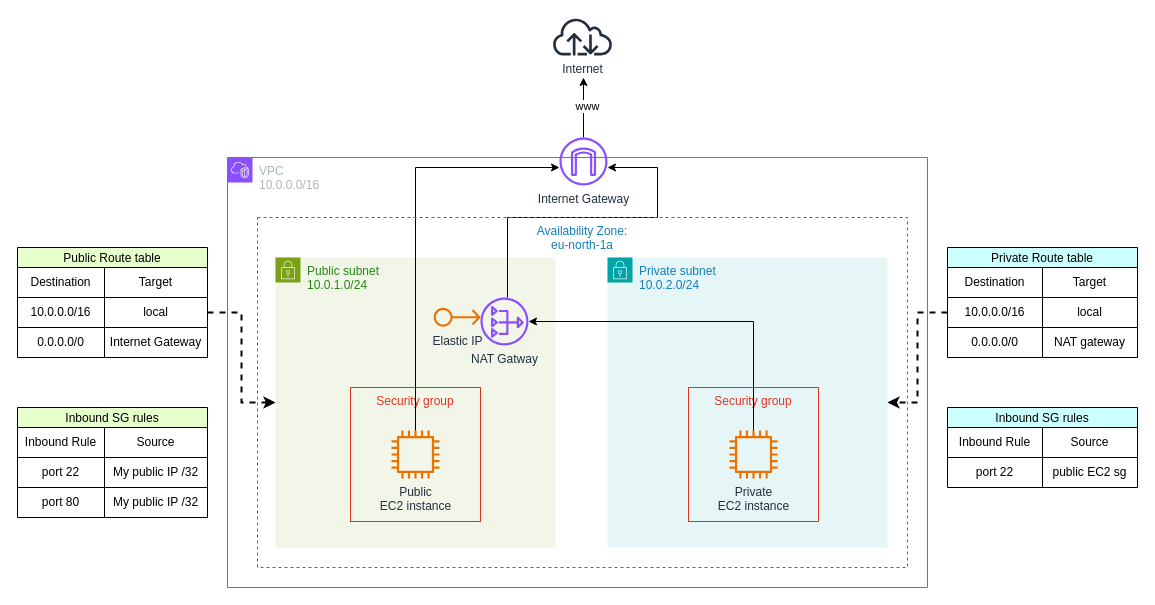
This is 6-AWS/Project1/AWS-Project1.drawio from Raiyan-R11/devops-learning, a draw.io file, before an edit. Source tidied: cells renumbered, new cells numbered last; positions are measured from the earlier drawing's top-left corner, leaving out a move shared by most shapes. Both pictures are drawn from the tidied source at 100%, with x=0, y=0 at pixel (17, 17).
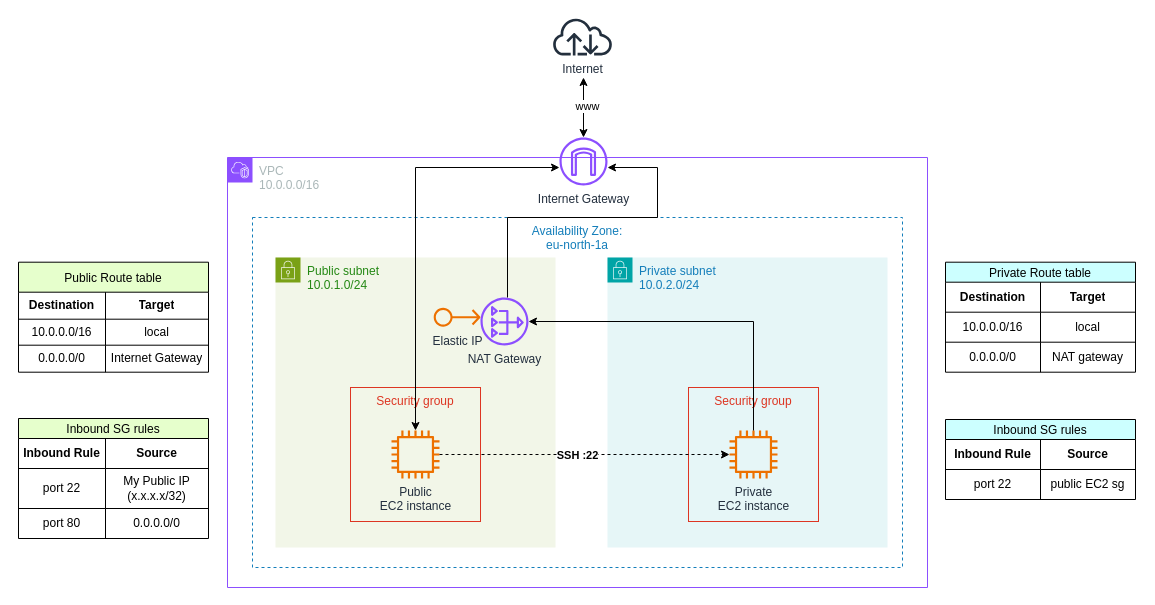
Above is the later version.

Commit message (it also covers changes not shown here):
aws - project1 , updated architecture diagram

Unchanged cells that the change refers to:
```xml
<mxCell id="4" value="Private subnet&lt;div&gt;10.0.2.0/24&lt;/div&gt;" style="points=[[0,0],[0.25,0],[0.5,0],[0.75,0],[1,0],[1,0.25],[1,0.5],[1,0.75],[1,1],[0.75,1],[0.5,1],[0.25,1],[0,1],[0,0.75],[0,0.5],[0,0.25]];outlineConnect=0;gradientColor=none;html=1;whiteSpace=wrap;fontSize=12;fontStyle=0;shape=mxgraph.aws4.group;grIcon=mxgraph.aws4.group_security_group;grStroke=0;strokeColor=#00A4A6;fillColor=#E6F6F7;verticalAlign=top;align=left;spacingLeft=30;fontColor=#147EBA;dashed=0;" parent="1" vertex="1">
  <mxGeometry x="590" y="240" width="280" height="290" as="geometry" />
</mxCell>
<mxCell id="9" value="Internet Gateway" style="sketch=0;outlineConnect=0;fontColor=#232F3E;gradientColor=none;fillColor=#8C4FFF;strokeColor=none;dashed=0;verticalLabelPosition=bottom;verticalAlign=top;align=center;html=1;fontSize=12;fontStyle=0;shape=mxgraph.aws4.internet_gateway;" parent="1" vertex="1">
  <mxGeometry x="542" y="120" width="48" height="48" as="geometry" />
</mxCell>
<mxCell id="10" value="Public subnet&lt;div&gt;10.0.1.0/24&lt;/div&gt;" style="points=[[0,0],[0.25,0],[0.5,0],[0.75,0],[1,0],[1,0.25],[1,0.5],[1,0.75],[1,1],[0.75,1],[0.5,1],[0.25,1],[0,1],[0,0.75],[0,0.5],[0,0.25]];outlineConnect=0;gradientColor=none;html=1;whiteSpace=wrap;fontSize=12;fontStyle=0;shape=mxgraph.aws4.group;grIcon=mxgraph.aws4.group_security_group;grStroke=0;strokeColor=#7AA116;fillColor=#F2F6E8;verticalAlign=top;align=left;spacingLeft=30;fontColor=#248814;dashed=0;" parent="1" vertex="1">
  <mxGeometry x="258" y="240" width="280" height="290" as="geometry" />
</mxCell>
<mxCell id="13" value="Public&lt;div&gt;EC2 instance&lt;/div&gt;" style="sketch=0;outlineConnect=0;fontColor=#232F3E;gradientColor=none;fillColor=#ED7100;strokeColor=none;dashed=0;verticalLabelPosition=bottom;verticalAlign=top;align=center;html=1;fontSize=12;fontStyle=0;shape=mxgraph.aws4.instance2;" parent="10" vertex="1">
  <mxGeometry x="116" y="173" width="48" height="48" as="geometry" />
</mxCell>
<mxCell id="29" style="shape=tableRow;horizontal=0;startSize=0;swimlaneHead=0;swimlaneBody=0;strokeColor=inherit;top=0;left=0;bottom=0;right=0;fillColor=none;fixedHeader=1;" parent="28" vertex="1">
  <mxGeometry y="20" width="190" height="30" as="geometry" />
</mxCell>
<mxCell id="32" style="shape=tableRow;horizontal=0;startSize=0;swimlaneHead=0;swimlaneBody=0;strokeColor=inherit;top=0;left=0;bottom=0;right=0;fillColor=none;points=[[0,0.5],[1,0.5]];portConstraint=eastwest;fixedHeader=1;" parent="28" vertex="1">
  <mxGeometry y="50" width="190" height="30" as="geometry" />
</mxCell>
<mxCell id="39" style="shape=tableRow;horizontal=0;startSize=0;swimlaneHead=0;swimlaneBody=0;strokeColor=inherit;top=0;left=0;bottom=0;right=0;fillColor=none;fixedHeader=1;" parent="38" vertex="1">
  <mxGeometry y="20" width="190" height="30" as="geometry" />
</mxCell>
<mxCell id="51" style="shape=tableRow;horizontal=0;startSize=0;swimlaneHead=0;swimlaneBody=0;strokeColor=inherit;top=0;left=0;bottom=0;right=0;fillColor=none;fixedHeader=1;" parent="50" vertex="1">
  <mxGeometry y="20" width="190" height="30" as="geometry" />
</mxCell>
```

The edit, as a diff of the source:
```diff
@@
+    <mxCell id="57" value="Availability Zone:&lt;br&gt;eu-north-1a" style="fillColor=none;strokeColor=#147EBA;dashed=1;verticalAlign=top;fontStyle=0;fontColor=#147EBA;whiteSpace=wrap;html=1;" parent="1" vertex="1">
+      <mxGeometry x="235" y="200" width="650" height="350" as="geometry" />
+    </mxCell>
@@
+    <mxCell id="6" value="Private&lt;div&gt;EC2 instance&lt;/div&gt;" style="sketch=0;outlineConnect=0;fontColor=#232F3E;gradientColor=none;fillColor=#ED7100;strokeColor=none;dashed=0;verticalLabelPosition=bottom;verticalAlign=top;align=center;html=1;fontSize=12;fontStyle=0;shape=mxgraph.aws4.instance2;" parent="4" vertex="1">
+      <mxGeometry x="122" y="173" width="48" height="48" as="geometry" />
+    </mxCell>
@@
-    <mxCell id="6" value="Private&lt;div&gt;EC2 instance&lt;/div&gt;" style="sketch=0;outlineConnect=0;fontColor=#232F3E;gradientColor=none;fillColor=#ED7100;strokeColor=none;dashed=0;verticalLabelPosition=bottom;verticalAlign=top;align=center;html=1;fontSize=12;fontStyle=0;shape=mxgraph.aws4.instance2;" parent="4" vertex="1">
-      <mxGeometry x="122" y="173" width="48" height="48" as="geometry" />
-    </mxCell>
-    <mxCell id="7" style="edgeStyle=orthogonalEdgeStyle;rounded=0;jettySize=auto;html=1;" parent="1" edge="1" source="9">
+    <mxCell id="7" style="edgeStyle=orthogonalEdgeStyle;rounded=0;jettySize=auto;html=1;startArrow=classic;startFill=1;" parent="1" edge="1" source="9">
       <mxGeometry relative="1" as="geometry">
         <mxPoint x="566" y="60" as="targetPoint" />
       </mxGeometry>
     </mxCell>
@@
-    <mxCell id="11" value="NAT Gatway" style="sketch=0;outlineConnect=0;fontColor=#232F3E;gradientColor=none;fillColor=#8C4FFF;strokeColor=none;dashed=0;verticalLabelPosition=bottom;verticalAlign=top;align=center;html=1;fontSize=12;fontStyle=0;shape=mxgraph.aws4.nat_gateway;" parent="10" vertex="1">
+    <mxCell id="11" value="NAT Gateway" style="sketch=0;outlineConnect=0;fontColor=#232F3E;gradientColor=none;fillColor=#8C4FFF;strokeColor=none;dashed=0;verticalLabelPosition=bottom;verticalAlign=top;align=center;html=1;fontSize=12;fontStyle=0;shape=mxgraph.aws4.nat_gateway;" parent="10" vertex="1">
       <mxGeometry x="205" y="40" width="48" height="48" as="geometry" />
     </mxCell>
-    <mxCell id="12" value="Security group" style="fillColor=none;strokeColor=#DD3522;verticalAlign=top;fontStyle=0;fontColor=#DD3522;whiteSpace=wrap;html=1;" parent="10" vertex="1">
-      <mxGeometry x="75" y="130" width="130" height="134" as="geometry" />
-    </mxCell>
@@
+    <mxCell id="12" value="&lt;span style=&quot;background-color: light-dark(rgb(242, 246, 232), rgb(242, 246, 232));&quot;&gt;Security group&lt;/span&gt;" style="fillColor=none;strokeColor=#DD3522;verticalAlign=top;fontStyle=0;fontColor=#DD3522;whiteSpace=wrap;html=1;" parent="10" vertex="1">
+      <mxGeometry x="75" y="130" width="130" height="134" as="geometry" />
+    </mxCell>
@@
-    <mxCell id="17" style="edgeStyle=orthogonalEdgeStyle;rounded=0;jettySize=auto;html=1;" parent="1" edge="1" source="13" target="9">
+    <mxCell id="17" style="edgeStyle=orthogonalEdgeStyle;rounded=0;jettySize=auto;html=1;startArrow=classic;startFill=1;" parent="1" edge="1" source="13" target="9">
       <mxGeometry relative="1" as="geometry">
         <Array as="points">
           <mxPoint x="398" y="150" />
         </Array>
       </mxGeometry>
     </mxCell>
-    <mxCell id="18" value="Public Route table" style="shape=table;startSize=20;childLayout=tableLayout;fixedHeader=1;fillColor=#E6FFCC;" parent="1" vertex="1">
-      <mxGeometry y="230" width="190" height="110" as="geometry" />
+    <mxCell id="18" value="Public Route table" style="shape=table;startSize=30;childLayout=tableLayout;fixedHeader=1;fillColor=#E6FFCC;" parent="1" vertex="1">
+      <mxGeometry x="1" y="244.7" width="190" height="110" as="geometry" />
     </mxCell>
     <mxCell id="19" style="shape=tableRow;horizontal=0;startSize=0;swimlaneHead=0;swimlaneBody=0;strokeColor=inherit;top=0;left=0;bottom=0;right=0;fillColor=none;fixedHeader=1;" parent="18" vertex="1">
-      <mxGeometry y="20" width="190" height="30" as="geometry" />
+      <mxGeometry y="30" width="190" height="27" as="geometry" />
     </mxCell>
-    <mxCell id="20" value="Destination" style="shape=partialRectangle;html=1;whiteSpace=wrap;strokeColor=inherit;overflow=hidden;fillColor=none;top=0;left=0;bottom=0;right=0;" parent="19" vertex="1">
-      <mxGeometry width="87" height="30" as="geometry" />
+    <mxCell id="20" value="&lt;b&gt;Destination&lt;/b&gt;" style="shape=partialRectangle;html=1;whiteSpace=wrap;strokeColor=inherit;overflow=hidden;fillColor=none;top=0;left=0;bottom=0;right=0;" parent="19" vertex="1">
+      <mxGeometry width="87" height="27" as="geometry" />
     </mxCell>
-    <mxCell id="21" value="Target" style="shape=partialRectangle;html=1;whiteSpace=wrap;strokeColor=inherit;overflow=hidden;fillColor=none;top=0;left=0;bottom=0;right=0;" parent="19" vertex="1">
-      <mxGeometry x="87" width="103" height="30" as="geometry" />
+    <mxCell id="21" value="&lt;b&gt;Target&lt;/b&gt;" style="shape=partialRectangle;html=1;whiteSpace=wrap;strokeColor=inherit;overflow=hidden;fillColor=none;top=0;left=0;bottom=0;right=0;" parent="19" vertex="1">
+      <mxGeometry x="87" width="103" height="27" as="geometry" />
     </mxCell>
     <mxCell id="22" style="shape=tableRow;horizontal=0;startSize=0;swimlaneHead=0;swimlaneBody=0;strokeColor=inherit;top=0;left=0;bottom=0;right=0;fillColor=none;points=[[0,0.5],[1,0.5]];portConstraint=eastwest;fixedHeader=1;" parent="18" vertex="1">
-      <mxGeometry y="50" width="190" height="30" as="geometry" />
+      <mxGeometry y="57" width="190" height="26" as="geometry" />
     </mxCell>
     <mxCell id="23" value="10.0.0.0/16" style="shape=partialRectangle;html=1;whiteSpace=wrap;strokeColor=inherit;overflow=hidden;fillColor=none;top=0;left=0;bottom=0;right=0;" parent="22" vertex="1">
-      <mxGeometry width="87" height="30" as="geometry" />
+      <mxGeometry width="87" height="26" as="geometry" />
     </mxCell>
     <mxCell id="24" value="local" style="shape=partialRectangle;html=1;whiteSpace=wrap;strokeColor=inherit;overflow=hidden;fillColor=none;top=0;left=0;bottom=0;right=0;" parent="22" vertex="1">
-      <mxGeometry x="87" width="103" height="30" as="geometry" />
+      <mxGeometry x="87" width="103" height="26" as="geometry" />
     </mxCell>
     <mxCell id="25" style="shape=tableRow;horizontal=0;startSize=0;swimlaneHead=0;swimlaneBody=0;strokeColor=inherit;top=0;left=0;bottom=0;right=0;fillColor=none;fixedHeader=1;" parent="18" vertex="1">
-      <mxGeometry y="80" width="190" height="30" as="geometry" />
+      <mxGeometry y="83" width="190" height="27" as="geometry" />
     </mxCell>
     <mxCell id="26" value="0.0.0.0/0" style="shape=partialRectangle;html=1;whiteSpace=wrap;strokeColor=inherit;overflow=hidden;fillColor=none;top=0;left=0;bottom=0;right=0;" parent="25" vertex="1">
-      <mxGeometry width="87" height="30" as="geometry" />
+      <mxGeometry width="87" height="27" as="geometry" />
     </mxCell>
     <mxCell id="27" value="Internet Gateway" style="shape=partialRectangle;html=1;whiteSpace=wrap;strokeColor=inherit;overflow=hidden;fillColor=none;top=0;left=0;bottom=0;right=0;" parent="25" vertex="1">
-      <mxGeometry x="87" width="103" height="30" as="geometry" />
+      <mxGeometry x="87" width="103" height="27" as="geometry" />
     </mxCell>
     <mxCell id="28" value="Private Route table" style="shape=table;startSize=20;childLayout=tableLayout;fixedHeader=1;labelBackgroundColor=none;fillColor=#CCFFFF;" parent="1" vertex="1">
-      <mxGeometry x="930" y="230" width="190" height="110" as="geometry" />
+      <mxGeometry x="928" y="244.7" width="190" height="110" as="geometry" />
     </mxCell>
@@
-    <mxCell id="30" value="Destination" style="shape=partialRectangle;html=1;whiteSpace=wrap;strokeColor=inherit;overflow=hidden;fillColor=none;top=0;left=0;bottom=0;right=0;" parent="29" vertex="1">
+    <mxCell id="30" value="&lt;b&gt;Destination&lt;/b&gt;" style="shape=partialRectangle;html=1;whiteSpace=wrap;strokeColor=inherit;overflow=hidden;fillColor=none;top=0;left=0;bottom=0;right=0;" parent="29" vertex="1">
       <mxGeometry width="95" height="30" as="geometry" />
     </mxCell>
-    <mxCell id="31" value="Target" style="shape=partialRectangle;html=1;whiteSpace=wrap;strokeColor=inherit;overflow=hidden;fillColor=none;top=0;left=0;bottom=0;right=0;" parent="29" vertex="1">
+    <mxCell id="31" value="&lt;b&gt;Target&lt;/b&gt;" style="shape=partialRectangle;html=1;whiteSpace=wrap;strokeColor=inherit;overflow=hidden;fillColor=none;top=0;left=0;bottom=0;right=0;" parent="29" vertex="1">
       <mxGeometry x="95" width="95" height="30" as="geometry" />
     </mxCell>
@@
     <mxCell id="38" value="Inbound SG rules" style="shape=table;startSize=20;childLayout=tableLayout;fixedHeader=1;fillColor=#E6FFCC;" parent="1" vertex="1">
-      <mxGeometry y="390" width="190" height="110" as="geometry" />
+      <mxGeometry x="1" y="401" width="190" height="120" as="geometry" />
     </mxCell>
@@
-    <mxCell id="40" value="Inbound Rule" style="shape=partialRectangle;html=1;whiteSpace=wrap;strokeColor=inherit;overflow=hidden;fillColor=none;top=0;left=0;bottom=0;right=0;" parent="39" vertex="1">
+    <mxCell id="40" value="&lt;b&gt;Inbound Rule&lt;/b&gt;" style="shape=partialRectangle;html=1;whiteSpace=wrap;strokeColor=inherit;overflow=hidden;fillColor=none;top=0;left=0;bottom=0;right=0;" parent="39" vertex="1">
       <mxGeometry width="87" height="30" as="geometry" />
     </mxCell>
-    <mxCell id="41" value="Source" style="shape=partialRectangle;html=1;whiteSpace=wrap;strokeColor=inherit;overflow=hidden;fillColor=none;top=0;left=0;bottom=0;right=0;" parent="39" vertex="1">
+    <mxCell id="41" value="&lt;b&gt;Source&lt;/b&gt;" style="shape=partialRectangle;html=1;whiteSpace=wrap;strokeColor=inherit;overflow=hidden;fillColor=none;top=0;left=0;bottom=0;right=0;" parent="39" vertex="1">
       <mxGeometry x="87" width="103" height="30" as="geometry" />
     </mxCell>
     <mxCell id="42" style="shape=tableRow;horizontal=0;startSize=0;swimlaneHead=0;swimlaneBody=0;strokeColor=inherit;top=0;left=0;bottom=0;right=0;fillColor=none;fixedHeader=1;" parent="38" vertex="1">
-      <mxGeometry y="50" width="190" height="30" as="geometry" />
+      <mxGeometry y="50" width="190" height="40" as="geometry" />
     </mxCell>
     <mxCell id="43" value="port 22" style="shape=partialRectangle;html=1;whiteSpace=wrap;strokeColor=inherit;overflow=hidden;fillColor=none;top=0;left=0;bottom=0;right=0;" parent="42" vertex="1">
-      <mxGeometry width="87" height="30" as="geometry" />
+      <mxGeometry width="87" height="40" as="geometry" />
     </mxCell>
-    <mxCell id="44" value="My public IP /32" style="shape=partialRectangle;html=1;whiteSpace=wrap;strokeColor=inherit;overflow=hidden;fillColor=none;top=0;left=0;bottom=0;right=0;" parent="42" vertex="1">
-      <mxGeometry x="87" width="103" height="30" as="geometry" />
+    <mxCell id="44" value="My Public IP (x.x.x.x/32)" style="shape=partialRectangle;html=1;whiteSpace=wrap;strokeColor=inherit;overflow=hidden;fillColor=none;top=0;left=0;bottom=0;right=0;" parent="42" vertex="1">
+      <mxGeometry x="87" width="103" height="40" as="geometry" />
     </mxCell>
     <mxCell id="45" style="shape=tableRow;horizontal=0;startSize=0;swimlaneHead=0;swimlaneBody=0;strokeColor=inherit;top=0;left=0;bottom=0;right=0;fillColor=none;fixedHeader=1;" parent="38" vertex="1">
-      <mxGeometry y="80" width="190" height="30" as="geometry" />
+      <mxGeometry y="90" width="190" height="30" as="geometry" />
     </mxCell>
@@
-    <mxCell id="47" value="My public IP /32" style="shape=partialRectangle;html=1;whiteSpace=wrap;strokeColor=inherit;overflow=hidden;fillColor=none;top=0;left=0;bottom=0;right=0;" parent="45" vertex="1">
+    <mxCell id="47" value="0.0.0.0/0" style="shape=partialRectangle;html=1;whiteSpace=wrap;strokeColor=inherit;overflow=hidden;fillColor=none;top=0;left=0;bottom=0;right=0;" parent="45" vertex="1">
       <mxGeometry x="87" width="103" height="30" as="geometry" />
     </mxCell>
-    <mxCell id="48" style="edgeStyle=orthogonalEdgeStyle;rounded=0;jettySize=auto;html=1;dashed=1;strokeWidth=2;" parent="1" edge="1" source="22" target="10">
-      <mxGeometry relative="1" as="geometry" />
-    </mxCell>
-    <mxCell id="49" style="edgeStyle=orthogonalEdgeStyle;rounded=0;jettySize=auto;html=1;exitX=0;exitY=0.5;exitDx=0;exitDy=0;entryX=1;entryY=0.5;entryDx=0;entryDy=0;dashed=1;strokeWidth=2;" parent="1" edge="1" source="32" target="4">
-      <mxGeometry relative="1" as="geometry">
-        <Array as="points">
-          <mxPoint x="900" y="294.9" />
-          <mxPoint x="900" y="384.9" />
-        </Array>
-      </mxGeometry>
-    </mxCell>
     <mxCell id="50" value="Inbound SG rules" style="shape=table;startSize=20;childLayout=tableLayout;fixedHeader=1;fillColor=#CCFFFF;" parent="1" vertex="1">
-      <mxGeometry x="930" y="390" width="190" height="80" as="geometry" />
+      <mxGeometry x="928" y="402" width="190" height="80" as="geometry" />
     </mxCell>
@@
-    <mxCell id="52" value="Inbound Rule" style="shape=partialRectangle;html=1;whiteSpace=wrap;strokeColor=inherit;overflow=hidden;fillColor=none;top=0;left=0;bottom=0;right=0;" parent="51" vertex="1">
+    <mxCell id="52" value="&lt;b&gt;Inbound Rule&lt;/b&gt;" style="shape=partialRectangle;html=1;whiteSpace=wrap;strokeColor=inherit;overflow=hidden;fillColor=none;top=0;left=0;bottom=0;right=0;" parent="51" vertex="1">
       <mxGeometry width="95" height="30" as="geometry" />
     </mxCell>
-    <mxCell id="53" value="Source" style="shape=partialRectangle;html=1;whiteSpace=wrap;strokeColor=inherit;overflow=hidden;fillColor=none;top=0;left=0;bottom=0;right=0;" parent="51" vertex="1">
+    <mxCell id="53" value="&lt;b&gt;Source&lt;/b&gt;" style="shape=partialRectangle;html=1;whiteSpace=wrap;strokeColor=inherit;overflow=hidden;fillColor=none;top=0;left=0;bottom=0;right=0;" parent="51" vertex="1">
       <mxGeometry x="95" width="95" height="30" as="geometry" />
     </mxCell>
@@
-    <mxCell id="57" value="Availability Zone:&lt;br&gt;eu-north-1a" style="fillColor=none;strokeColor=#147EBA;dashed=1;verticalAlign=top;fontStyle=0;fontColor=#147EBA;whiteSpace=wrap;html=1;" parent="1" vertex="1">
-      <mxGeometry x="240" y="200" width="650" height="350" as="geometry" />
-    </mxCell>
+    <mxCell id="58" style="edgeStyle=orthogonalEdgeStyle;rounded=0;jettySize=auto;html=1;dashed=1;startArrow=none;startFill=0;" parent="1" edge="1" source="13" target="6">
+      <mxGeometry relative="1" as="geometry" />
+    </mxCell>
+    <mxCell id="59" value="&lt;b&gt;SSH :22&lt;/b&gt;" style="edgeLabel;html=1;align=center;verticalAlign=middle;" parent="58" vertex="1">
+      <mxGeometry x="0.09" y="-1" relative="1" as="geometry">
+        <mxPoint x="-21" y="-1" as="offset" />
+      </mxGeometry>
+    </mxCell>
```
